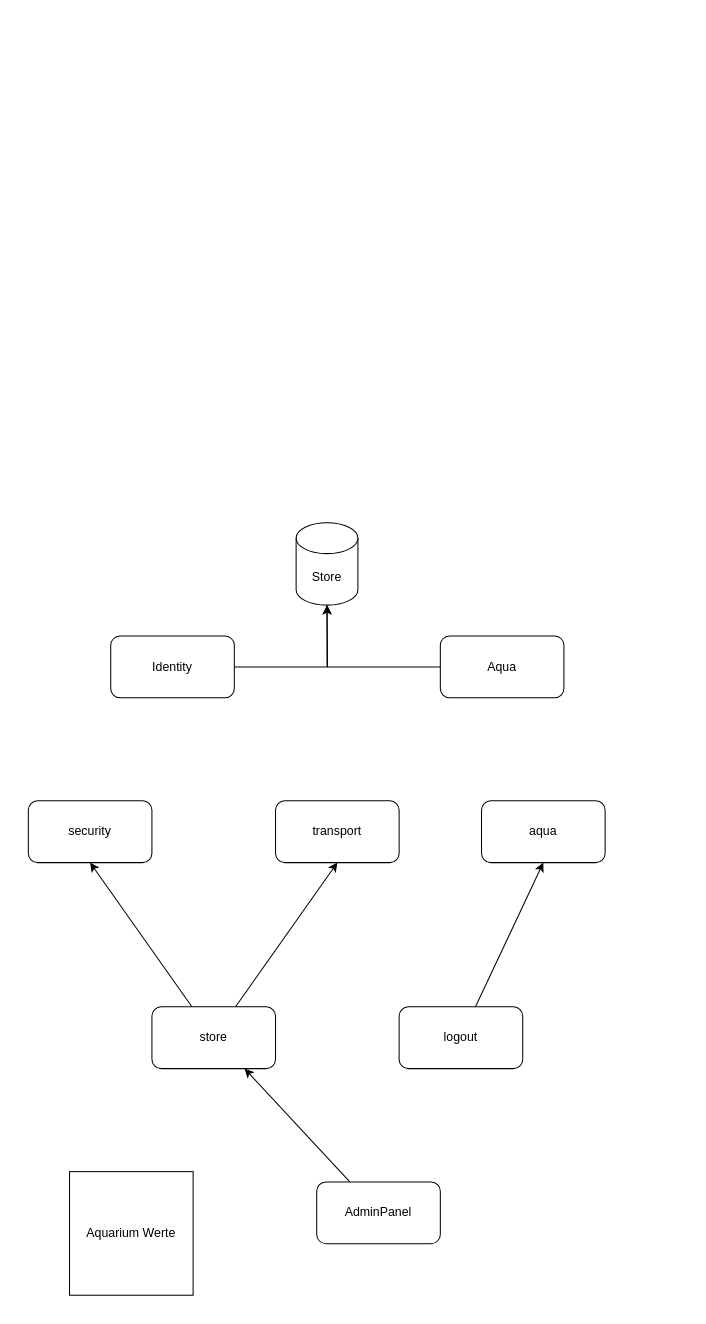
Before: archi.drawio in Marcel-B/turbotest, a draw.io diagram. Source tidied: cells renumbered, new cells numbered last; positions are measured from the earlier drawing's top-left corner, leaving out a move shared by most shapes. Both pictures are drawn from the tidied source at 103%, with x=0, y=0 at pixel (28, 522).
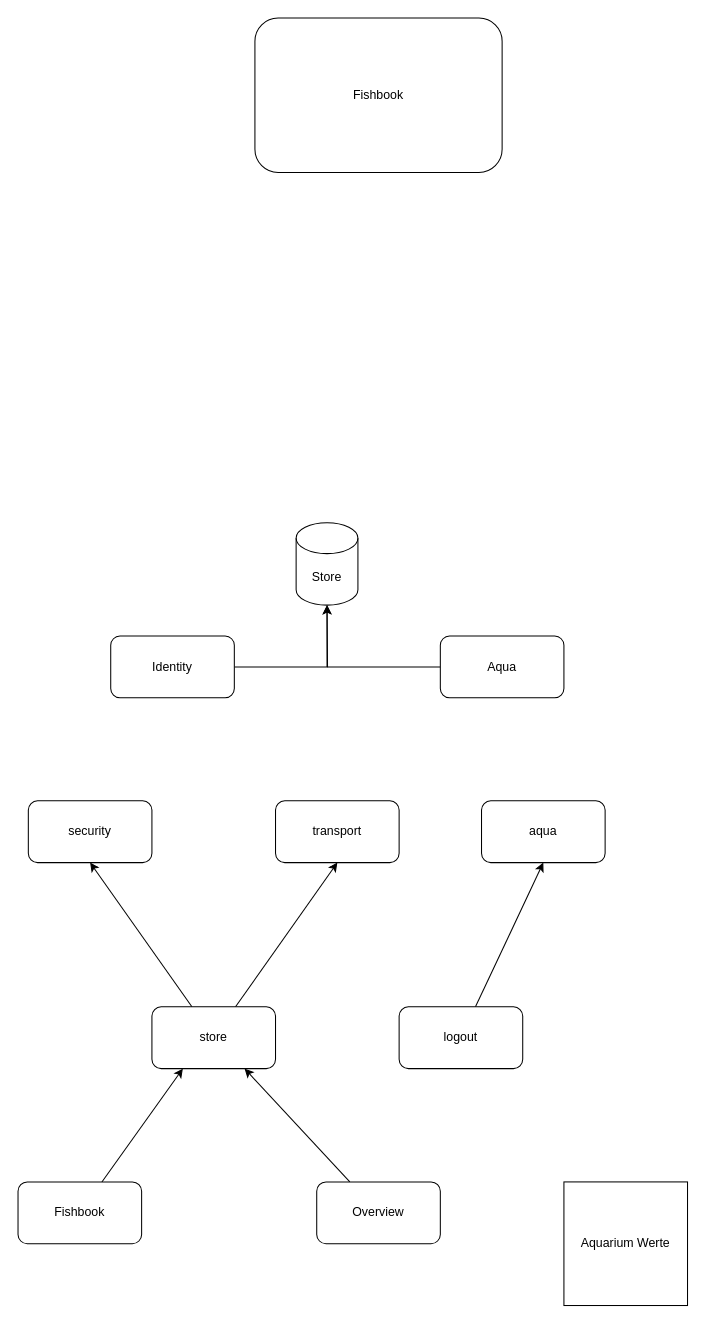
Above is the later version.

The change refers to these unchanged cells:
```xml
<mxCell id="10" value="store" style="rounded=1;whiteSpace=wrap;html=1;" parent="1" vertex="1">
  <mxGeometry x="120" y="470" width="120" height="60" as="geometry" />
</mxCell>
```

The edit, as a diff of the source:
```diff
@@
     <mxCell id="15" value="Aquarium Werte" style="whiteSpace=wrap;html=1;" parent="1" vertex="1">
-      <mxGeometry x="40" y="630" width="120" height="120" as="geometry" />
+      <mxGeometry x="520" y="640" width="120" height="120" as="geometry" />
     </mxCell>
@@
-    <mxCell id="17" value="AdminPanel" style="rounded=1;whiteSpace=wrap;html=1;" parent="1" vertex="1">
+    <mxCell id="17" value="Overview" style="rounded=1;whiteSpace=wrap;html=1;" parent="1" vertex="1">
       <mxGeometry x="280" y="640" width="120" height="60" as="geometry" />
     </mxCell>
+    <mxCell id="18" value="Fishbook" style="rounded=1;whiteSpace=wrap;html=1;" parent="1" vertex="1">
+      <mxGeometry x="220" y="-490" width="240" height="150" as="geometry" />
+    </mxCell>
+    <mxCell id="19" style="rounded=0;jettySize=auto;html=1;entryX=0.25;entryY=1;entryDx=0;entryDy=0;" parent="1" edge="1" source="20" target="10">
+      <mxGeometry relative="1" as="geometry" />
+    </mxCell>
+    <mxCell id="20" value="Fishbook" style="rounded=1;whiteSpace=wrap;html=1;" parent="1" vertex="1">
+      <mxGeometry x="-10" y="640" width="120" height="60" as="geometry" />
+    </mxCell>
```
